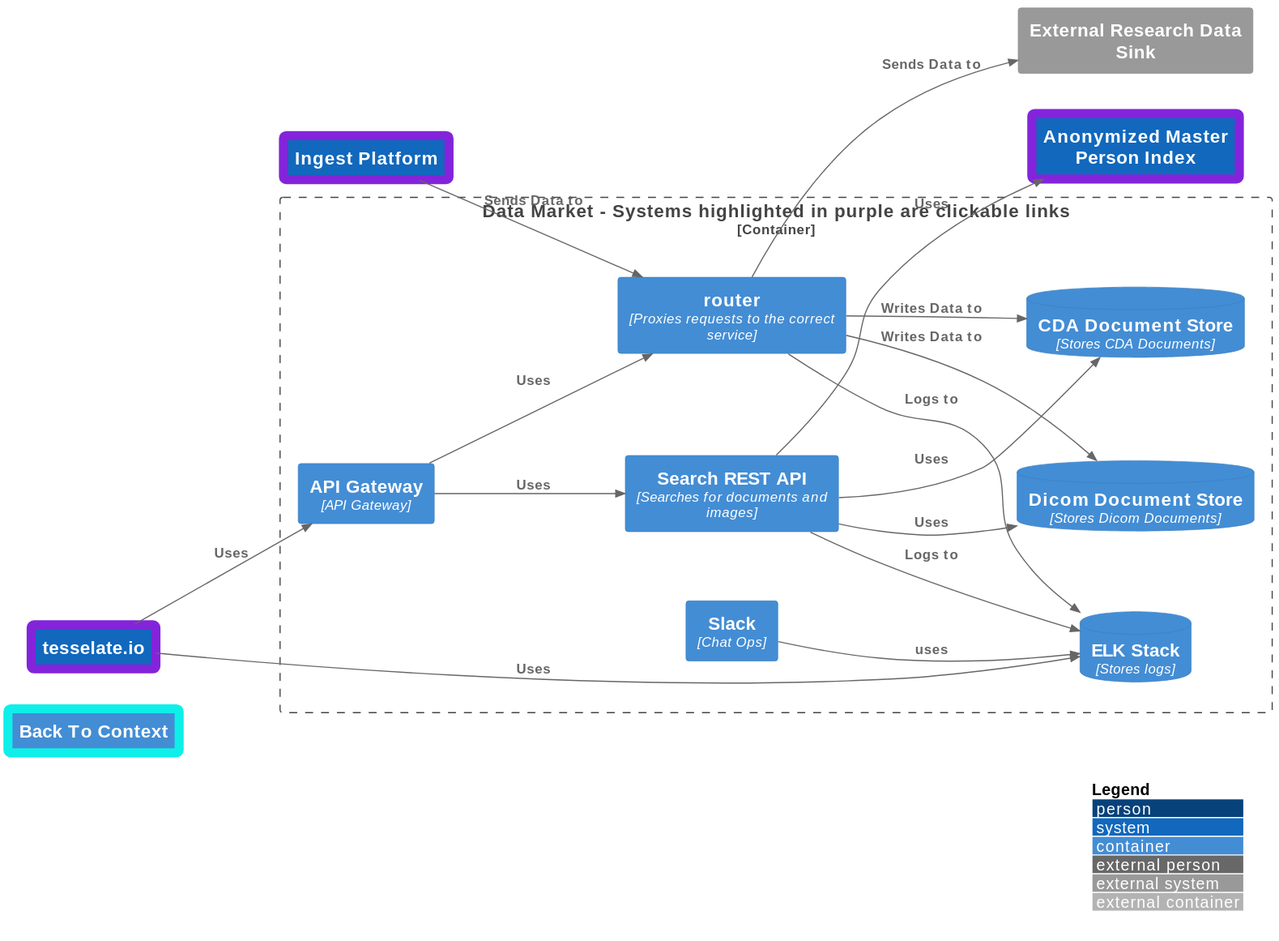
Earlier version of the PlantUML export ArchitectureModel/DataMarketContainer.svg (migueladelvalle/SE577-684-SP-23-24-final-project).
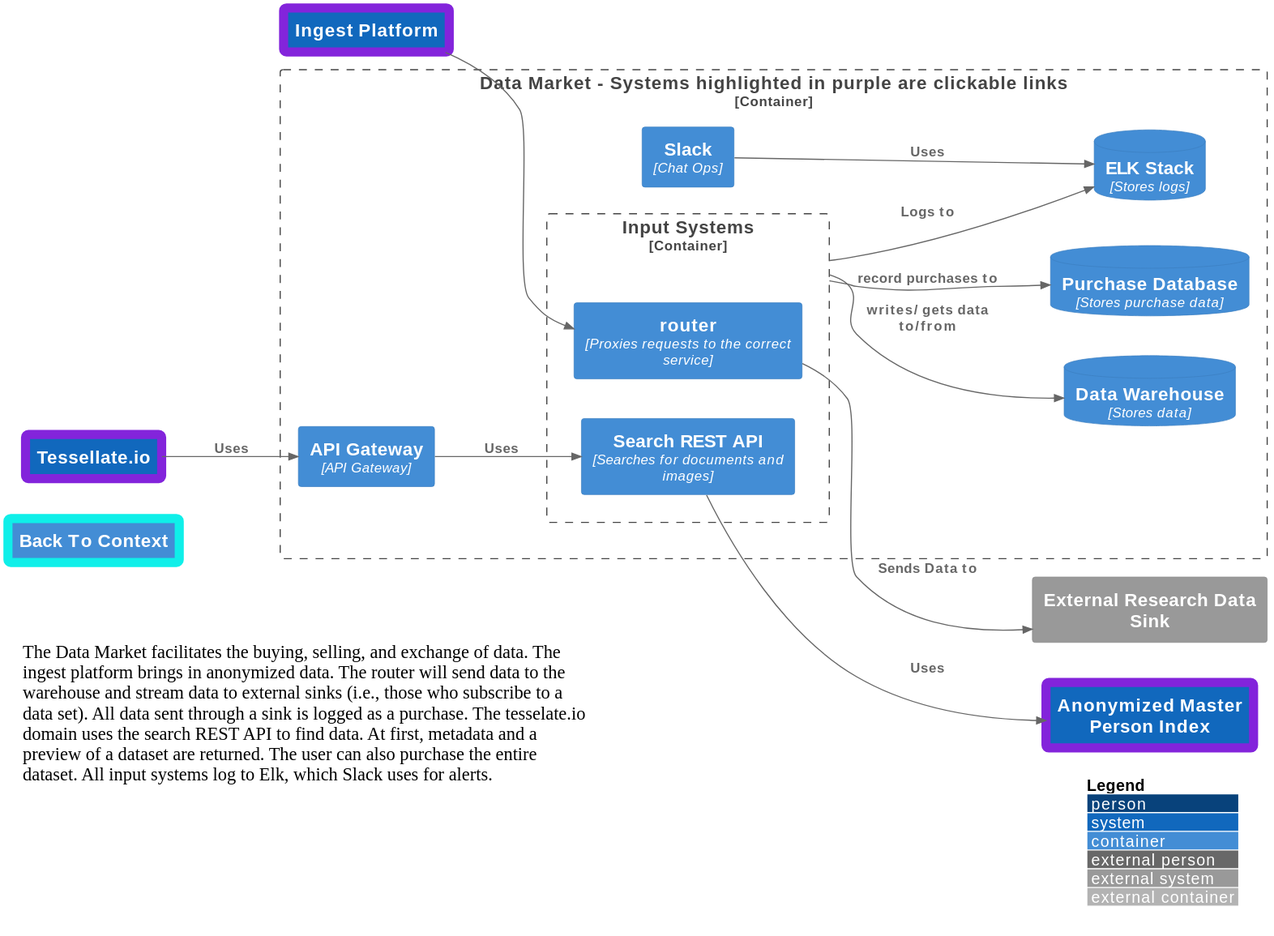
After the change.

What changed in the source:
```diff
@@ -12,31 +12,31 @@
 
 System(ingestion, "Ingest Platform",$link="./IngestPlatformContainer.puml", $tags="lowerLevelLink")
 System(ampi, "Anonymized Master Person Index",$link="./AMPIContainer.puml", $tags="lowerLevelLink")
-System(website, "tesselate.io",$link="./TesselateIOContainer.puml", $tags="lowerLevelLink")
+System(website, "Tessellate.io",$link="./TessellateIOContainer.puml", $tags="lowerLevelLink")
 System_Ext(research_db, "External Research Data Sink")
 
 Container_Boundary(datamarket, "Data Market - Systems highlighted in purple are clickable links", "The boundary of the system"){
-    ContainerDb(dicom, "Dicom Document Store", "Stores Dicom Documents")
-    ContainerDb(cda, "CDA Document Store", "Stores CDA Documents")
-    Container(search, "Search REST API", "Searches for documents and images")
-    Container(proxy, "router", "Proxies requests to the correct service")
+    ContainerDb(datawarehouse, "Data Warehouse", "Stores data")
+    Container_Boundary(input, "Input Systems", "Systems that input data into the system"){
+        Container(search, "Search REST API", "Searches for documents and images")
+            Container(proxy, "router", "Proxies requests to the correct service")
+    }
     Container(gateway, API Gateway, "API Gateway")
     ContainerDb(elk, "ELK Stack", "Stores logs")
     Container(slack, "Slack", "Chat Ops")
+    ContainerDb(purchase_db, "Purchase Database", "Stores purchase data")
 }
 
 Rel(gateway, search, "Uses")
 Rel(search, ampi, "Uses")
-Rel(search, dicom, "Uses")
-Rel(search, cda, "Uses")
-Rel(ingestion, proxy, "Sends Data to")
-Rel(proxy, dicom, "Writes Data to")
-Rel(proxy, cda, "Writes Data to")
+
+Rel(ingestion, proxy, " ")
+
 Rel(proxy, research_db, "Sends Data to")
 Rel(website, gateway, "Uses")
-Rel(gateway, proxy, "Uses")
-Rel(proxy, elk, "Logs to")
-Rel(search, elk, "Logs to")
-Rel(slack, elk, "uses")
-Rel(website, elk, "Uses")
+
+Rel(input, elk, "Logs to")
+Rel(input, purchase_db, "record purchases to")
+Rel(input, datawarehouse, "writes/ gets data to/from")
+Rel(slack, elk, "Uses")
 @enduml
```
